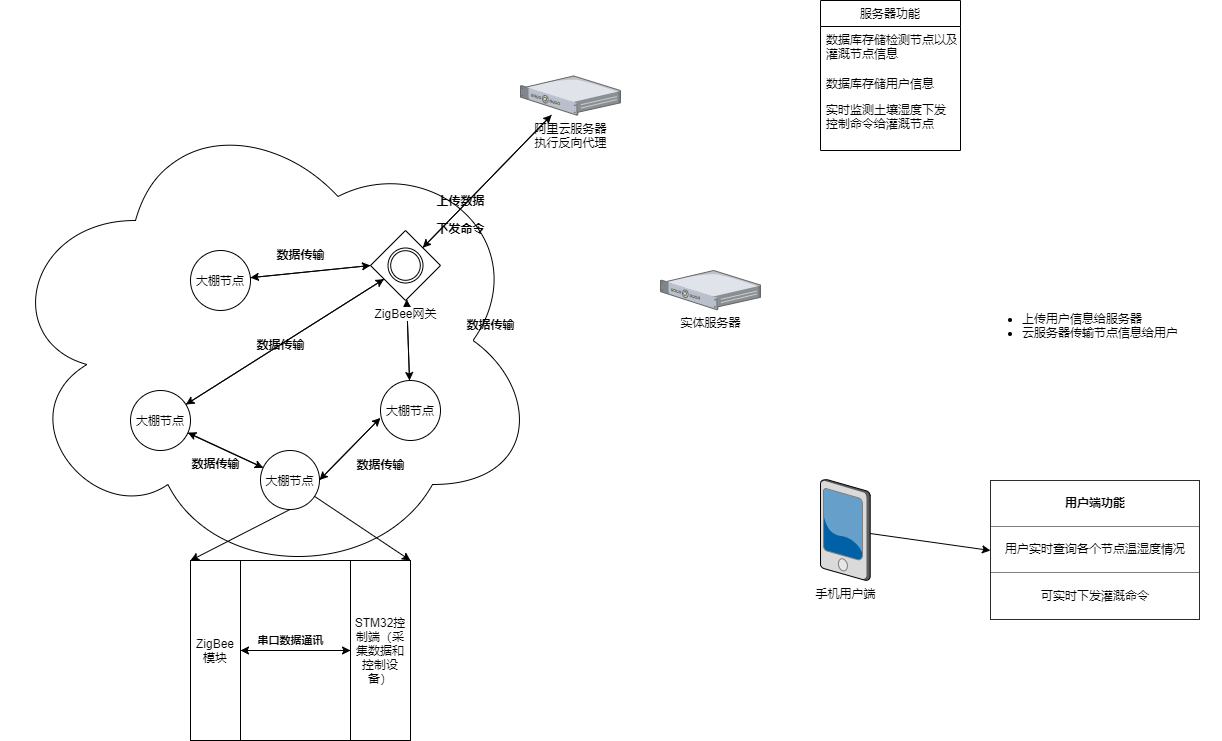
The draw.io diagram 精准灌溉方框图.png in jiejiehuang113/Precise-irrigation, before a commit. Source tidied: cells renumbered, new cells last; positions are measured from the earlier drawing's top-left corner, leaving out a move shared by most shapes.
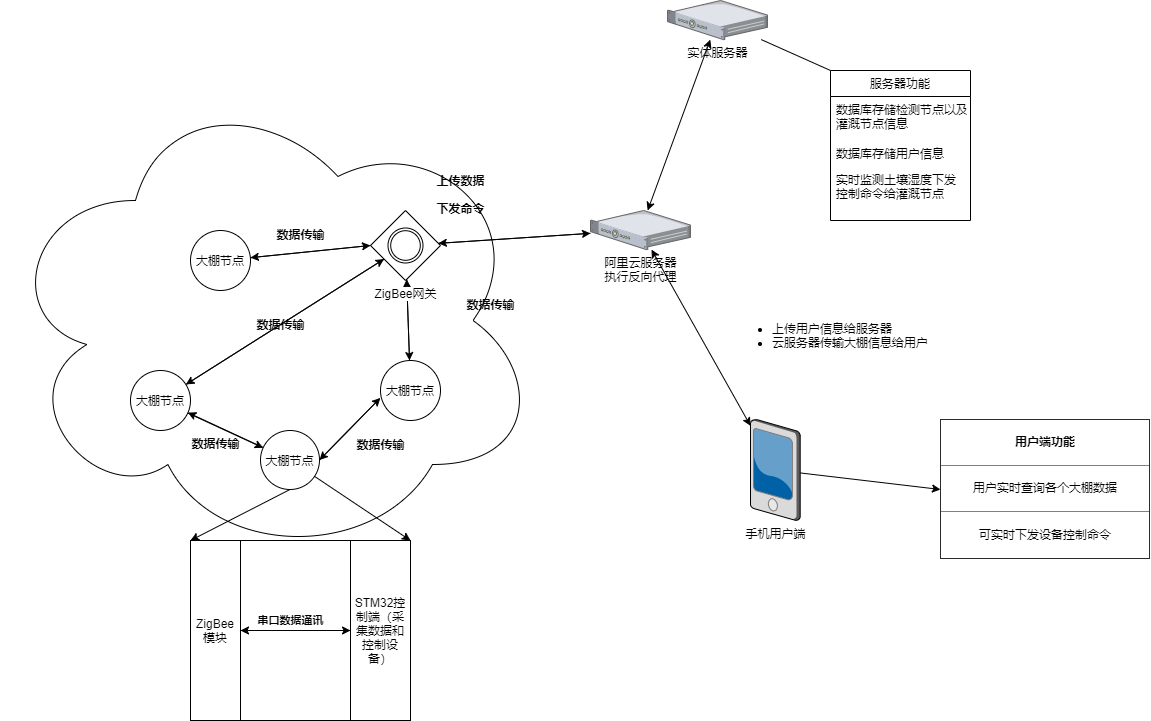
After the commit.

The edit, as a diff of the source:
```diff
@@ -51,22 +51,22 @@
       <mxGeometry relative="1" as="geometry" />
     </mxCell>
     <mxCell id="18" value="阿里云服务器&lt;br&gt;执行反向代理" style="verticalLabelPosition=bottom;html=1;verticalAlign=top;strokeColor=none;align=center;outlineConnect=0;shape=mxgraph.citrix.1u_2u_server;shadow=0;sketch=0;fillColor=none;gradientColor=#ffffff;" parent="1" vertex="1">
-      <mxGeometry x="520" y="75.5" width="100" height="39.1" as="geometry" />
+      <mxGeometry x="590" y="230" width="100" height="39.1" as="geometry" />
     </mxCell>
     <mxCell id="19" style="edgeStyle=none;rounded=0;jettySize=auto;html=1;entryX=0;entryY=0.5;entryDx=0;entryDy=0;" parent="1" edge="1" source="20" target="27">
       <mxGeometry relative="1" as="geometry" />
     </mxCell>
     <mxCell id="20" value="手机用户端" style="verticalLabelPosition=bottom;html=1;verticalAlign=top;strokeColor=none;align=center;outlineConnect=0;shape=mxgraph.citrix.pda;shadow=0;sketch=0;fillColor=none;gradientColor=#ffffff;rotation=0;" parent="1" vertex="1">
-      <mxGeometry x="820" y="479" width="49.7" height="101" as="geometry" />
+      <mxGeometry x="750" y="439" width="49.7" height="101" as="geometry" />
     </mxCell>
     <mxCell id="21" value="&lt;font style=&quot;font-size: 12px&quot;&gt;上传数据&lt;br&gt;下发命令&lt;br&gt;&lt;/font&gt;" style="text;strokeColor=none;fillColor=none;html=1;fontSize=24;fontStyle=1;verticalAlign=middle;align=center;shadow=0;sketch=0;" parent="1" vertex="1">
       <mxGeometry x="410" y="190" width="100" height="40" as="geometry" />
     </mxCell>
-    <mxCell id="22" value="&lt;ul&gt;&lt;li&gt;上传用户信息给服务器&lt;/li&gt;&lt;li&gt;云服务器传输节点信息给用户&lt;/li&gt;&lt;/ul&gt;" style="text;strokeColor=none;fillColor=none;html=1;whiteSpace=wrap;verticalAlign=middle;overflow=hidden;shadow=0;sketch=0;" parent="1" vertex="1">
-      <mxGeometry x="980" y="260" width="240" height="130" as="geometry" />
+    <mxCell id="22" value="&lt;ul&gt;&lt;li&gt;上传用户信息给服务器&lt;/li&gt;&lt;li&gt;云服务器传输大棚信息给用户&lt;/li&gt;&lt;/ul&gt;" style="text;strokeColor=none;fillColor=none;html=1;whiteSpace=wrap;verticalAlign=middle;overflow=hidden;shadow=0;sketch=0;" parent="1" vertex="1">
+      <mxGeometry x="730" y="290" width="240" height="130" as="geometry" />
     </mxCell>
     <mxCell id="23" value="服务器功能" style="swimlane;fontStyle=0;horizontal=1;startSize=26;fillColor=none;shadow=0;sketch=0;" parent="1" vertex="1">
-      <mxGeometry x="820" width="140" height="150" as="geometry" />
+      <mxGeometry x="830" y="90" width="140" height="150" as="geometry" />
     </mxCell>
     <mxCell id="24" value="数据库存储检测节点以及&#10;灌溉节点信息" style="text;strokeColor=none;fillColor=none;align=left;verticalAlign=top;spacingLeft=4;spacingRight=4;overflow=hidden;" parent="23" vertex="1">
       <mxGeometry y="26" width="140" height="44" as="geometry" />
@@ -77,8 +77,8 @@
     <mxCell id="26" value="实时监测土壤湿度下发&#10;控制命令给灌溉节点" style="text;strokeColor=none;fillColor=none;align=left;verticalAlign=top;spacingLeft=4;spacingRight=4;overflow=hidden;" parent="23" vertex="1">
       <mxGeometry y="96" width="140" height="54" as="geometry" />
     </mxCell>
-    <mxCell id="27" value="&lt;table border=&quot;1&quot; width=&quot;100%&quot; cellpadding=&quot;4&quot; style=&quot;width: 100% ; height: 100% ; border-collapse: collapse&quot;&gt;&lt;tbody&gt;&lt;tr&gt;&lt;th align=&quot;center&quot;&gt;用户端功能&lt;br&gt;&lt;/th&gt;&lt;/tr&gt;&lt;tr&gt;&lt;td align=&quot;center&quot;&gt;用户实时查询各个节点温湿度情况&lt;/td&gt;&lt;/tr&gt;&lt;tr&gt;&lt;td align=&quot;center&quot;&gt;可实时下发灌溉命令&lt;/td&gt;&lt;/tr&gt;&lt;/tbody&gt;&lt;/table&gt;" style="text;html=1;strokeColor=none;fillColor=none;overflow=fill;shadow=0;sketch=0;" parent="1" vertex="1">
-      <mxGeometry x="990" y="480" width="210" height="140" as="geometry" />
+    <mxCell id="27" value="&lt;table border=&quot;1&quot; width=&quot;100%&quot; cellpadding=&quot;4&quot; style=&quot;width: 100% ; height: 100% ; border-collapse: collapse&quot;&gt;&lt;tbody&gt;&lt;tr&gt;&lt;th align=&quot;center&quot;&gt;用户端功能&lt;br&gt;&lt;/th&gt;&lt;/tr&gt;&lt;tr&gt;&lt;td align=&quot;center&quot;&gt;用户实时查询各个大棚数据&lt;/td&gt;&lt;/tr&gt;&lt;tr&gt;&lt;td align=&quot;center&quot;&gt;可实时下发设备控制命令&lt;/td&gt;&lt;/tr&gt;&lt;/tbody&gt;&lt;/table&gt;" style="text;html=1;strokeColor=none;fillColor=none;overflow=fill;shadow=0;sketch=0;" parent="1" vertex="1">
+      <mxGeometry x="940" y="439" width="210" height="140" as="geometry" />
     </mxCell>
     <mxCell id="28" style="edgeStyle=none;rounded=0;jettySize=auto;html=1;" parent="1" edge="1" source="29" target="31">
       <mxGeometry relative="1" as="geometry" />
@@ -96,7 +96,7 @@
       <mxGeometry x="265" y="620" width="50" height="30" as="geometry" />
     </mxCell>
     <mxCell id="33" value="实体服务器" style="verticalLabelPosition=bottom;html=1;verticalAlign=top;strokeColor=none;align=center;outlineConnect=0;shape=mxgraph.citrix.1u_2u_server;shadow=0;sketch=0;fillColor=none;gradientColor=#ffffff;" parent="1" vertex="1">
-      <mxGeometry x="660" y="270" width="100" height="39.1" as="geometry" />
+      <mxGeometry x="667" y="20" width="100" height="39.1" as="geometry" />
     </mxCell>
     <mxCell id="34" value="&lt;span style=&quot;font-size: 12px&quot;&gt;数据传输&lt;br&gt;&lt;/span&gt;" style="text;strokeColor=none;fillColor=none;html=1;fontSize=24;fontStyle=1;verticalAlign=middle;align=center;shadow=0;sketch=0;" parent="1" vertex="1">
       <mxGeometry x="230" y="320" width="100" height="40" as="geometry" />
@@ -128,5 +128,14 @@
     <mxCell id="43" style="edgeStyle=none;rounded=0;jettySize=auto;html=1;exitX=-0.017;exitY=0.636;exitDx=0;exitDy=0;entryX=1;entryY=0.5;entryDx=0;entryDy=0;exitPerimeter=0;" parent="1" edge="1" source="12" target="10">
       <mxGeometry relative="1" as="geometry" />
     </mxCell>
+    <mxCell id="44" style="endArrow=classic;startArrow=classic;html=1;" parent="1" edge="1" source="33" target="18">
+      <mxGeometry relative="1" as="geometry" />
+    </mxCell>
+    <mxCell id="45" style="endArrow=none;html=1;entryX=0;entryY=0;entryDx=0;entryDy=0;" parent="1" edge="1" source="33" target="23">
+      <mxGeometry relative="1" as="geometry" />
+    </mxCell>
+    <mxCell id="46" style="endArrow=classic;startArrow=classic;html=1;" parent="1" edge="1" source="20" target="18">
+      <mxGeometry relative="1" as="geometry" />
+    </mxCell>
   </root>
 </mxGraphModel>
```
